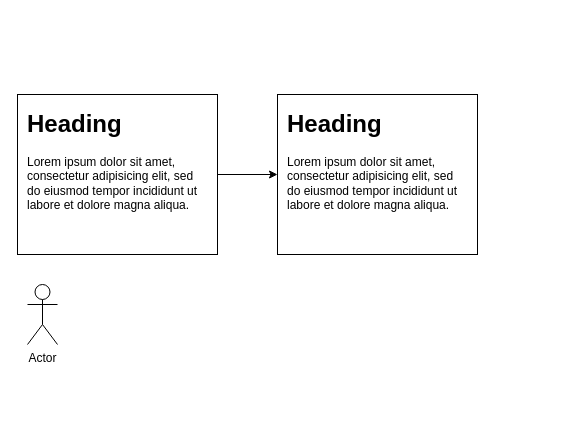
Earlier version of the draw.io diagram src/concepts.drawio (dlzdmbou/xmas-three-js). Source tidied: cells renumbered, new cells numbered last; positions are measured from the earlier drawing's top-left corner, leaving out a move shared by most shapes. Both pictures are drawn from the tidied source at 100%, with x=0, y=0 at pixel (17, 94).
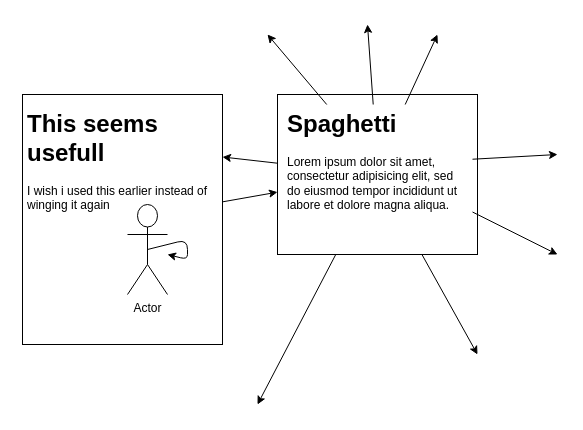
Above is the later version.

The change refers to these unchanged cells:
```xml
<mxCell id="5" style="rounded=0;whiteSpace=wrap;html=1;" parent="1" vertex="1">
  <mxGeometry x="260" width="200" height="160" as="geometry" />
</mxCell>
```

What changed in the source:
```diff
@@
     <mxCell id="2" style="group;" parent="1" vertex="1">
-      <mxGeometry width="200" height="160" as="geometry" />
+      <mxGeometry width="200" height="250" as="geometry" />
     </mxCell>
     <mxCell id="3" style="rounded=0;whiteSpace=wrap;html=1;" parent="2" vertex="1">
-      <mxGeometry width="200" height="160" as="geometry" />
+      <mxGeometry x="5" width="200" height="250" as="geometry" />
     </mxCell>
-    <mxCell id="4" value="&lt;h1&gt;Heading&lt;/h1&gt;&lt;p&gt;Lorem ipsum dolor sit amet, consectetur adipisicing elit, sed do eiusmod tempor incididunt ut labore et dolore magna aliqua.&lt;/p&gt;" style="text;html=1;strokeColor=none;fillColor=none;spacing=5;spacingTop=-20;whiteSpace=wrap;overflow=hidden;rounded=0;" parent="2" vertex="1">
+    <mxCell id="4" value="&lt;h1&gt;This seems usefull&lt;/h1&gt;&lt;p&gt;I wish i used this earlier instead of winging it again&lt;/p&gt;" style="text;html=1;strokeColor=none;fillColor=none;spacing=5;spacingTop=-20;whiteSpace=wrap;overflow=hidden;rounded=0;" parent="2" vertex="1">
       <mxGeometry x="5" y="10" width="190" height="120" as="geometry" />
     </mxCell>
+    <mxCell id="8" value="Actor" style="shape=umlActor;verticalLabelPosition=bottom;verticalAlign=top;html=1;outlineConnect=0;" parent="2" vertex="1">
+      <mxGeometry x="110" y="110" width="40" height="90" as="geometry" />
+    </mxCell>
+    <mxCell id="9" style="edgeStyle=none;html=1;exitX=0.5;exitY=0.5;exitDx=0;exitDy=0;exitPerimeter=0;" parent="2" edge="1" source="8" target="8">
+      <mxGeometry relative="1" as="geometry" />
+    </mxCell>
+    <mxCell id="10" style="edgeStyle=none;html=1;" parent="1" edge="1" source="5">
+      <mxGeometry relative="1" as="geometry">
+        <mxPoint x="240" y="310" as="targetPoint" />
+      </mxGeometry>
+    </mxCell>
+    <mxCell id="11" style="edgeStyle=none;html=1;" parent="1" edge="1" source="5">
+      <mxGeometry relative="1" as="geometry">
+        <mxPoint x="460" y="260" as="targetPoint" />
+      </mxGeometry>
+    </mxCell>
+    <mxCell id="12" style="edgeStyle=none;html=1;entryX=1;entryY=0.25;entryDx=0;entryDy=0;" parent="1" edge="1" source="5" target="3">
+      <mxGeometry relative="1" as="geometry" />
+    </mxCell>
@@
+    <mxCell id="13" style="edgeStyle=none;html=1;" parent="1" edge="1" source="7">
+      <mxGeometry relative="1" as="geometry">
+        <mxPoint x="420" y="-60" as="targetPoint" />
+      </mxGeometry>
+    </mxCell>
+    <mxCell id="14" style="edgeStyle=none;html=1;" parent="1" edge="1" source="7">
+      <mxGeometry relative="1" as="geometry">
+        <mxPoint x="540" y="60" as="targetPoint" />
+      </mxGeometry>
+    </mxCell>
+    <mxCell id="15" style="edgeStyle=none;html=1;" parent="1" edge="1" source="7">
+      <mxGeometry relative="1" as="geometry">
+        <mxPoint x="350" y="-70" as="targetPoint" />
+      </mxGeometry>
+    </mxCell>
+    <mxCell id="16" style="edgeStyle=none;html=1;" parent="1" edge="1" source="7">
+      <mxGeometry relative="1" as="geometry">
+        <mxPoint x="250" y="-60" as="targetPoint" />
+      </mxGeometry>
+    </mxCell>
+    <mxCell id="17" style="edgeStyle=none;html=1;" parent="1" edge="1" source="7">
+      <mxGeometry relative="1" as="geometry">
+        <mxPoint x="540" y="160" as="targetPoint" />
+      </mxGeometry>
+    </mxCell>
-    <mxCell id="7" value="&lt;h1&gt;Heading&lt;/h1&gt;&lt;p&gt;Lorem ipsum dolor sit amet, consectetur adipisicing elit, sed do eiusmod tempor incididunt ut labore et dolore magna aliqua.&lt;/p&gt;" style="text;html=1;strokeColor=none;fillColor=none;spacing=5;spacingTop=-20;whiteSpace=wrap;overflow=hidden;rounded=0;" parent="1" vertex="1">
+    <mxCell id="7" value="&lt;h1&gt;Spaghetti&lt;/h1&gt;&lt;p&gt;Lorem ipsum dolor sit amet, consectetur adipisicing elit, sed do eiusmod tempor incididunt ut labore et dolore magna aliqua.&lt;/p&gt;" style="text;html=1;strokeColor=none;fillColor=none;spacing=5;spacingTop=-20;whiteSpace=wrap;overflow=hidden;rounded=0;" parent="1" vertex="1">
       <mxGeometry x="265" y="10" width="190" height="120" as="geometry" />
     </mxCell>
-    <mxCell id="8" value="Actor" style="shape=umlActor;verticalLabelPosition=bottom;verticalAlign=top;html=1;outlineConnect=0;" parent="1" vertex="1">
-      <mxGeometry x="10" y="190" width="30" height="60" as="geometry" />
-    </mxCell>
```
